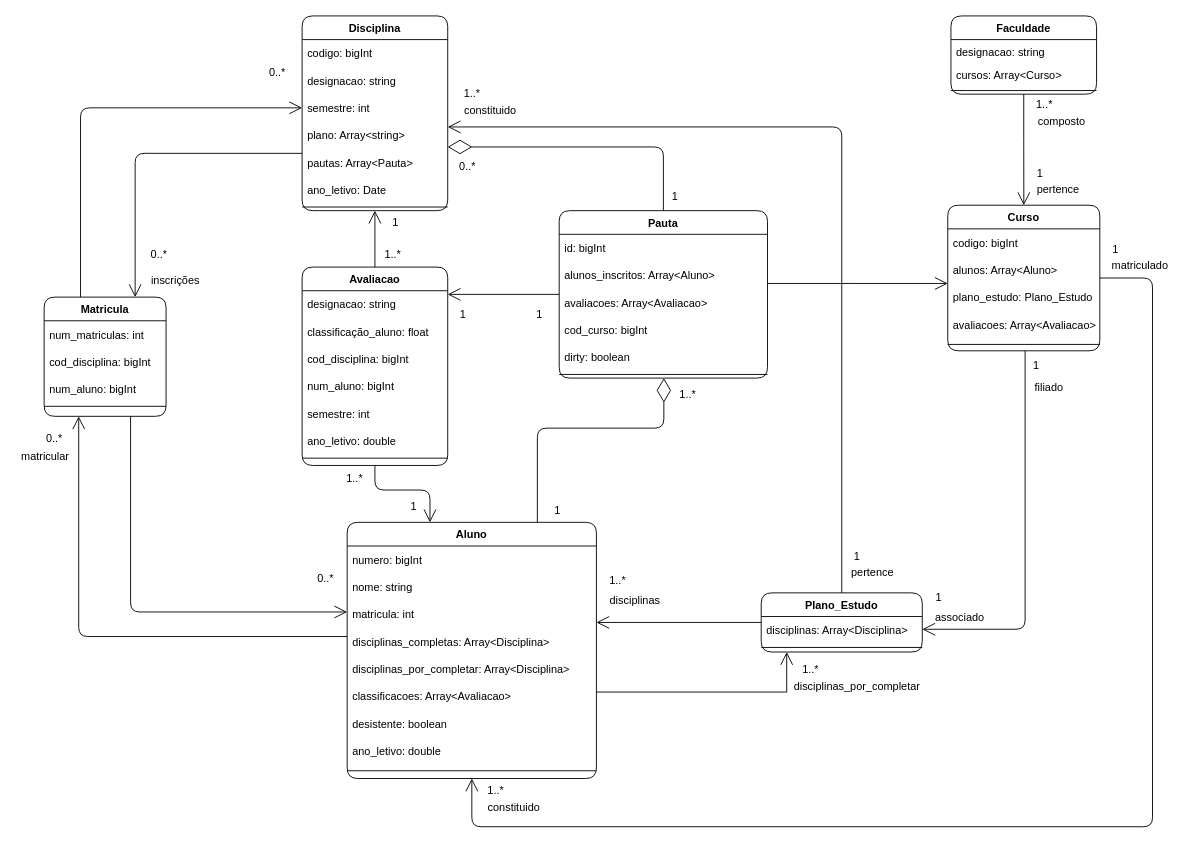
ruimpcastro/pweb2022 keeps this draw.io diagram as Docs/Domain_Diagram.drawio. Above is the earlier version. Source tidied: cells renumbered, new cells numbered last; positions are measured from the earlier drawing's top-left corner, leaving out a move shared by most shapes. Both pictures are drawn from the tidied source at 91%, with x=0, y=0 at pixel (15, 15).
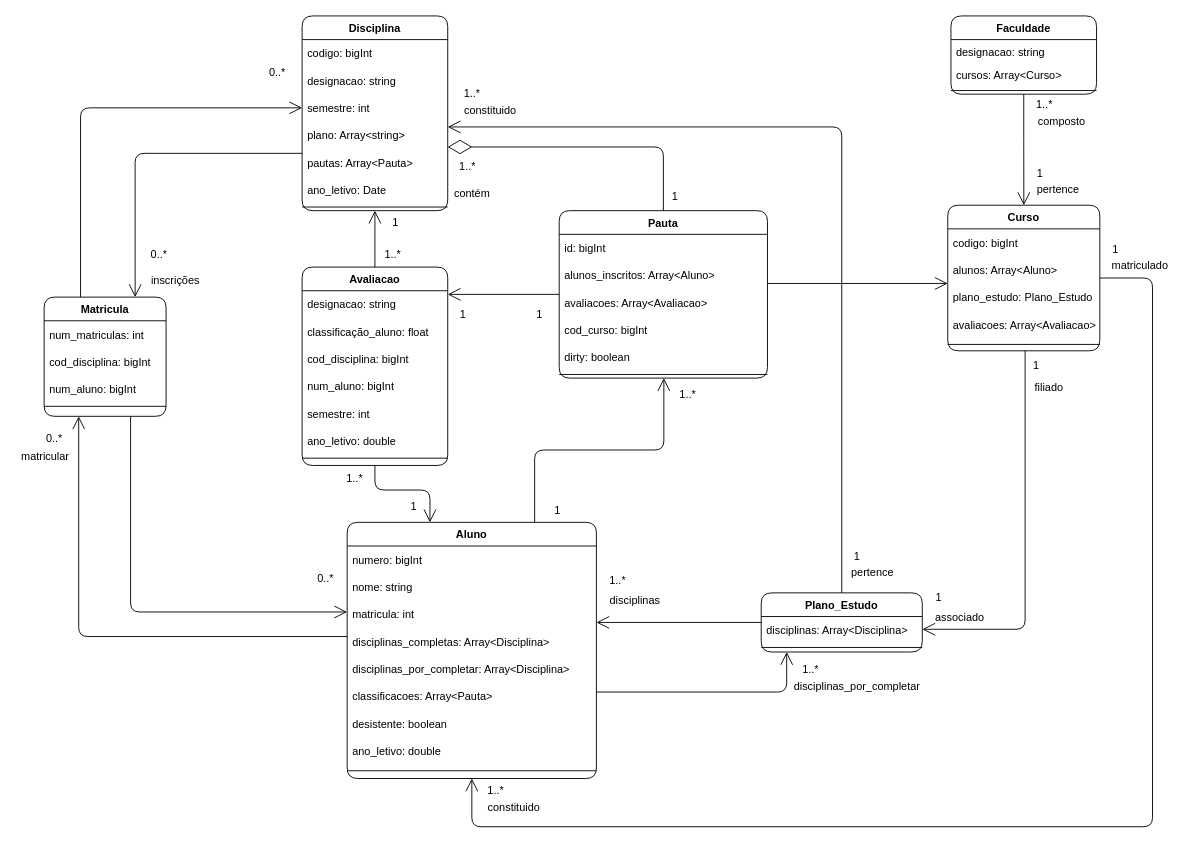
The same page after the edit.

Commit message (it also covers changes not shown here):
Versão Final do diagrama de Dominio parte 1

The change refers to these unchanged cells:
```xml
<mxCell id="2" value="Aluno" style="swimlane;fontStyle=1;align=center;verticalAlign=top;horizontal=1;startSize=26;shadow=0;strokeWidth=1;rounded=1;" parent="1" vertex="1">
  <mxGeometry x="364" y="556.5" width="273.9" height="281.5" as="geometry" />
</mxCell>
<mxCell id="26" value="Plano_Estudo" style="swimlane;fontStyle=1;align=center;verticalAlign=top;horizontal=1;startSize=26;shadow=0;strokeWidth=1;rounded=1;" parent="1" vertex="1">
  <mxGeometry x="819" y="634" width="177" height="65" as="geometry" />
</mxCell>
<mxCell id="31" value="Pauta" style="swimlane;fontStyle=1;align=center;verticalAlign=top;horizontal=1;startSize=26;shadow=0;strokeWidth=1;rounded=1;" parent="1" vertex="1">
  <mxGeometry x="597" y="214" width="228.9" height="184" as="geometry" />
</mxCell>
```

What changed in the source:
```diff
@@
-    <mxCell id="8" value="classificacoes: Array&lt;Avaliacao&gt;" style="text;strokeColor=none;fillColor=none;align=left;verticalAlign=middle;spacingLeft=4;spacingRight=4;overflow=hidden;rounded=1;" parent="2" vertex="1">
+    <mxCell id="8" value="classificacoes: Array&lt;Pauta&gt;" style="text;strokeColor=none;fillColor=none;align=left;verticalAlign=middle;spacingLeft=4;spacingRight=4;overflow=hidden;rounded=1;" parent="2" vertex="1">
       <mxGeometry y="176" width="273.9" height="30" as="geometry" />
     </mxCell>
@@
-    <mxCell id="63" style="endArrow=open;endFill=1;endSize=12;html=1;rounded=0;edgeStyle=orthogonalEdgeStyle;" parent="1" edge="1" source="2" target="26">
+    <mxCell id="63" style="endArrow=open;endFill=1;endSize=12;html=1;rounded=1;edgeStyle=orthogonalEdgeStyle;" parent="1" edge="1" source="2" target="26">
       <mxGeometry relative="1" as="geometry">
         <Array as="points">
           <mxPoint x="847" y="743" />
         </Array>
       </mxGeometry>
     </mxCell>
@@
-    <mxCell id="67" style="endArrow=diamondThin;endFill=0;endSize=24;html=1;edgeStyle=orthogonalEdgeStyle;rounded=1;" parent="1" edge="1" source="2" target="31">
-      <mxGeometry relative="1" as="geometry">
-        <Array as="points">
-          <mxPoint x="573" y="453" />
-          <mxPoint x="712" y="453" />
-        </Array>
-      </mxGeometry>
-    </mxCell>
@@
-    <mxCell id="101" value="0..*" style="text;html=1;align=center;verticalAlign=middle;strokeColor=none;fillColor=none;" parent="1" vertex="1">
+    <mxCell id="101" value="1..*" style="text;html=1;align=center;verticalAlign=middle;strokeColor=none;fillColor=none;" parent="1" vertex="1">
       <mxGeometry x="482" y="157" width="28" height="18" as="geometry" />
     </mxCell>
@@
+    <mxCell id="105" value="contém" style="text;html=1;align=center;verticalAlign=middle;strokeColor=none;fillColor=none;" parent="1" vertex="1">
+      <mxGeometry x="476" y="187" width="49" height="18" as="geometry" />
+    </mxCell>
+    <mxCell id="67" style="endArrow=open;endFill=1;endSize=12;html=1;rounded=1;edgeStyle=orthogonalEdgeStyle;" parent="1" edge="1" source="2" target="31">
+      <mxGeometry relative="1" as="geometry">
+        <Array as="points">
+          <mxPoint x="570" y="477" />
+          <mxPoint x="712" y="477" />
+        </Array>
+      </mxGeometry>
+    </mxCell>
```
